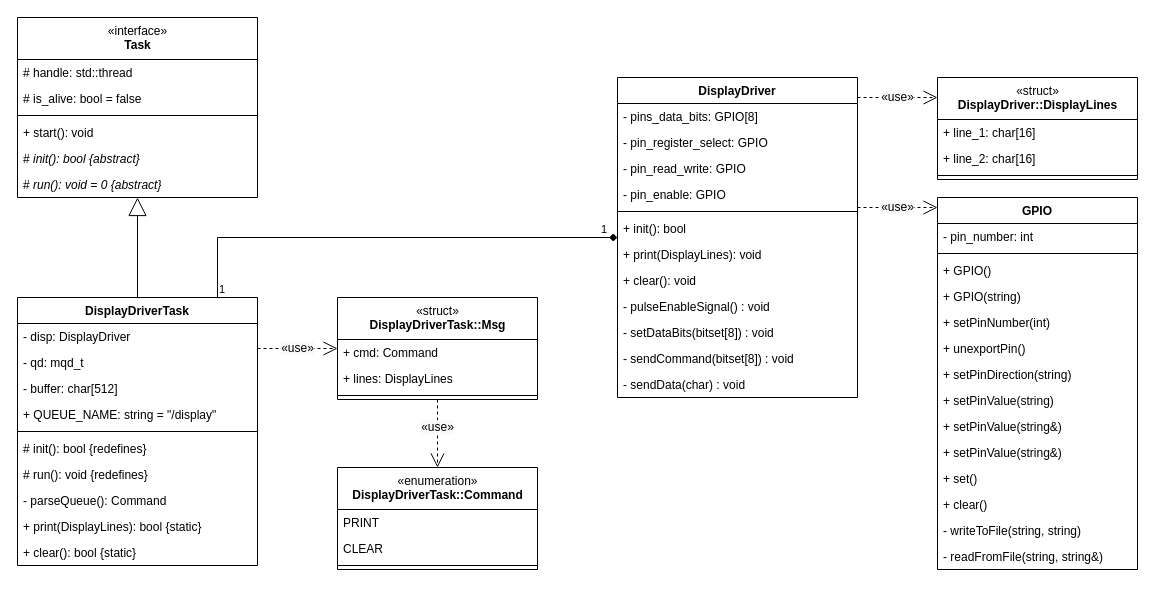
Before: diagrams/display-driver-overview.drawio in LasseGoransson/ESD-E2020, a draw.io diagram. Source tidied: cells renumbered, new cells numbered last; positions are measured from the earlier drawing's top-left corner, leaving out a move shared by most shapes. Both pictures are drawn from the tidied source at 100%, with x=0, y=0 at pixel (17, 17).
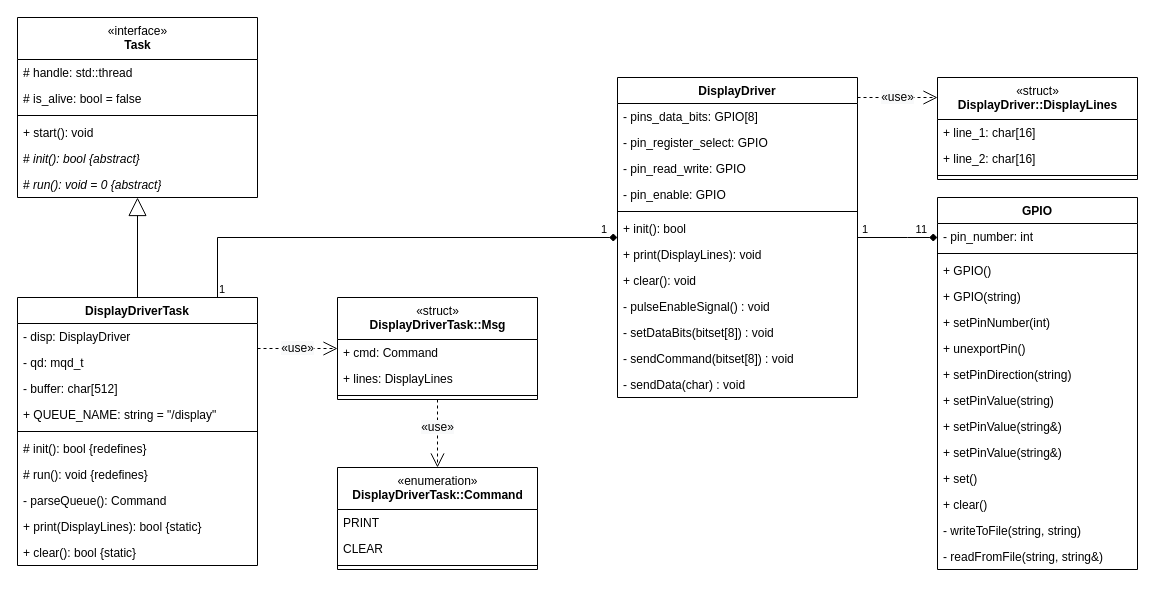
Above is the later version.

Commit message (it also covers changes not shown here):
Update display driver

Unchanged cells that the change refers to:
```xml
<mxCell id="33" value="DisplayDriver" style="swimlane;fontStyle=1;align=center;verticalAlign=top;horizontal=1;startSize=26;" parent="1" vertex="1">
  <mxGeometry x="600" y="60" width="240" height="320" as="geometry" />
</mxCell>
<mxCell id="50" value="GPIO" style="swimlane;fontStyle=1;align=center;verticalAlign=top;horizontal=1;startSize=26;" parent="1" vertex="1">
  <mxGeometry x="920" y="180" width="200" height="372" as="geometry" />
</mxCell>
```

The edit, as a diff of the source:
```diff
@@
-    <mxCell id="24" value="&lt;span style=&quot;font-size: 12px ; background-color: rgb(248 , 249 , 250)&quot;&gt;«use»&lt;/span&gt;" style="endArrow=open;endSize=12;dashed=1;html=1;rounded=0;edgeStyle=orthogonalEdgeStyle;" parent="1" edge="1" source="33" target="50">
-      <mxGeometry relative="1" as="geometry">
-        <Array as="points">
-          <mxPoint x="910" y="190" />
-          <mxPoint x="910" y="190" />
-        </Array>
-      </mxGeometry>
-    </mxCell>
@@
+    <mxCell id="24" style="endArrow=diamond;html=1;edgeStyle=orthogonalEdgeStyle;rounded=0;endFill=1;" parent="1" edge="1" source="33" target="50">
+      <mxGeometry relative="1" as="geometry">
+        <Array as="points">
+          <mxPoint x="890" y="220" />
+          <mxPoint x="890" y="220" />
+        </Array>
+      </mxGeometry>
+    </mxCell>
+    <mxCell id="68" value="1" style="edgeLabel;html=1;align=left;verticalAlign=bottom;" parent="24" vertex="1">
+      <mxGeometry x="-1" relative="1" as="geometry">
+        <mxPoint x="3" as="offset" />
+      </mxGeometry>
+    </mxCell>
+    <mxCell id="69" value="11" style="edgeLabel;html=1;align=right;verticalAlign=bottom;labelBackgroundColor=none;" parent="24" vertex="1">
+      <mxGeometry x="1" relative="1" as="geometry">
+        <mxPoint x="-10" as="offset" />
+      </mxGeometry>
+    </mxCell>
```
